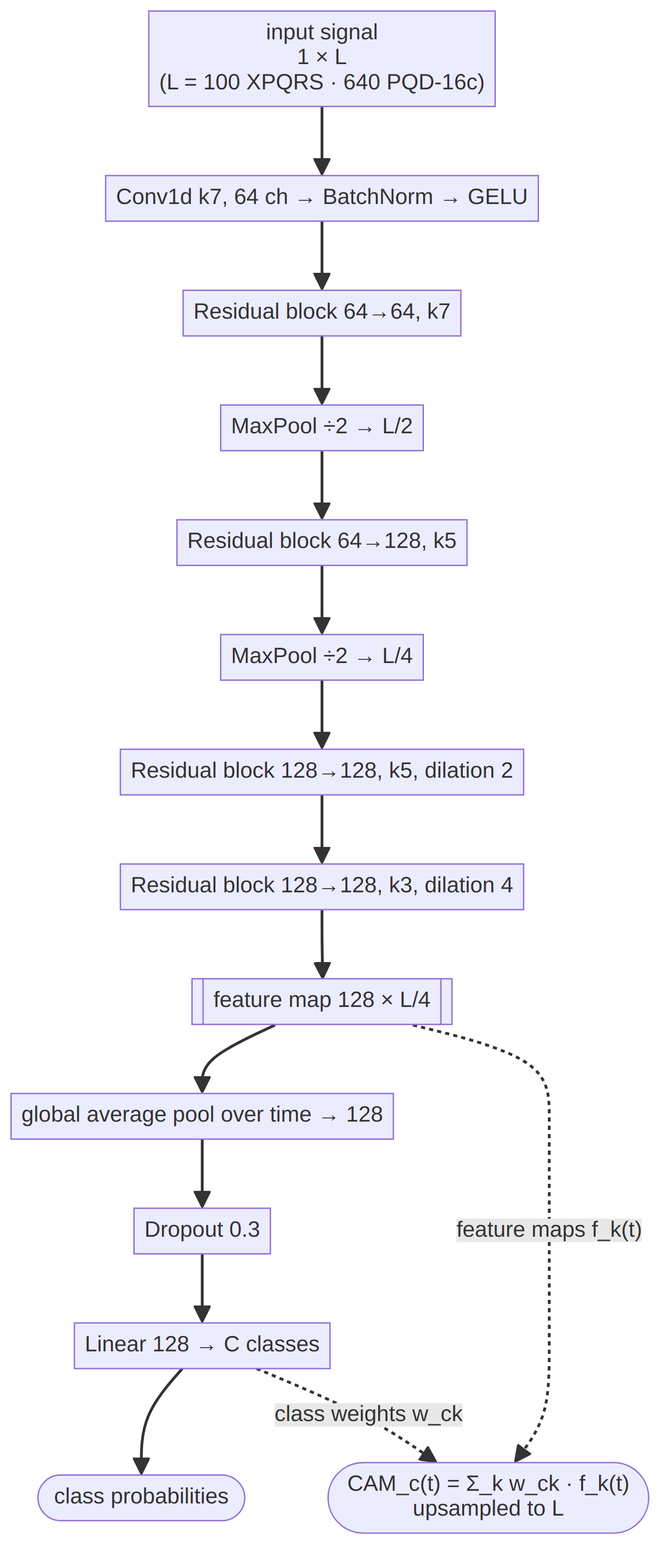
Above: docs/diagrams/resnet_cam.png in Chethan616/xai (Mermaid), before the change. Its source is kept beside it as docs/diagrams/resnet_cam.mmd.
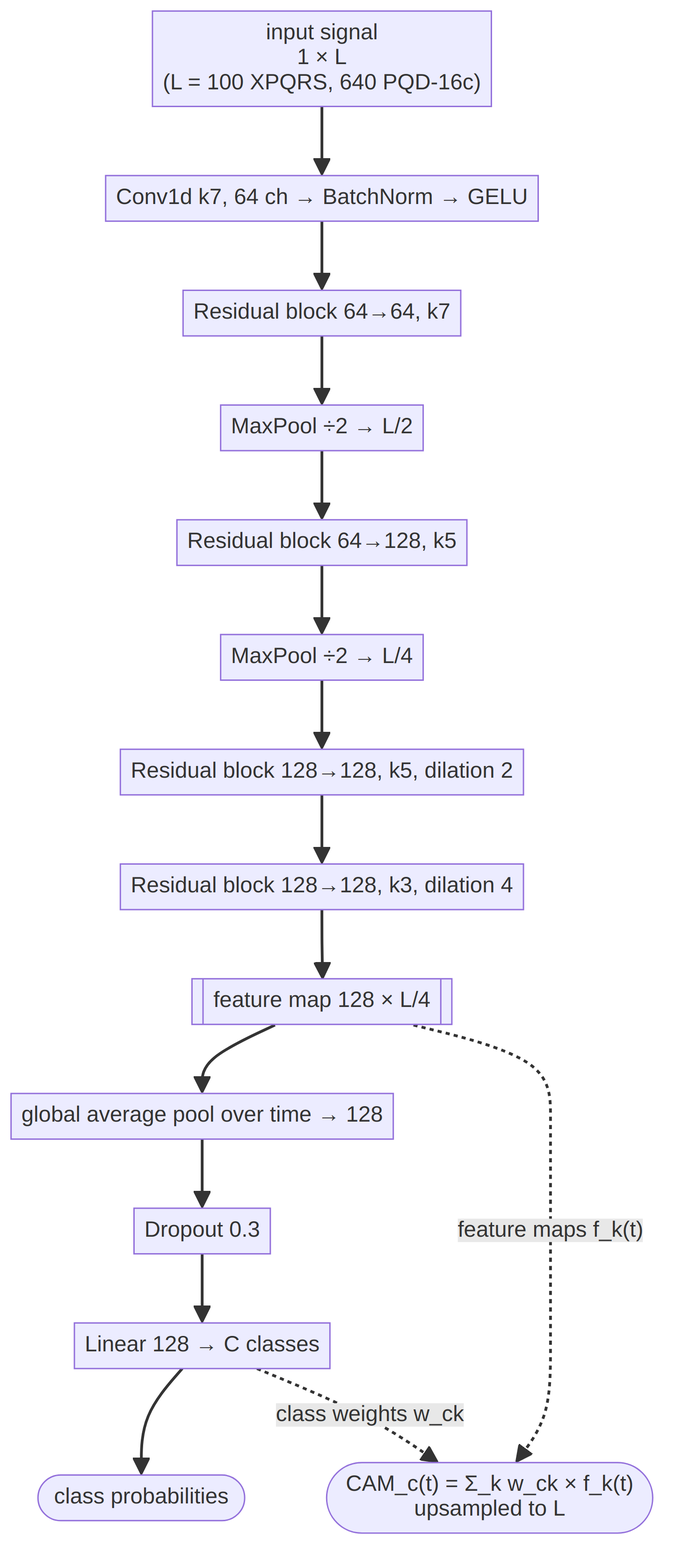
After the change.

Diff of the diagram source:
```diff
@@ -1,5 +1,5 @@
 flowchart TB
-    IN["input signal<br/>1 × L<br/>(L = 100 XPQRS · 640 PQD-16c)"]
+    IN["input signal<br/>1 × L<br/>(L = 100 XPQRS, 640 PQD-16c)"]
     S["Conv1d k7, 64 ch → BatchNorm → GELU"]
     R1["Residual block 64→64, k7"]
     P1["MaxPool ÷2  →  L/2"]
@@ -12,7 +12,7 @@
     DO["Dropout 0.3"]
     FC["Linear 128 → C classes"]
     OUT(["class probabilities"])
-    CAM(["CAM_c(t) = Σ_k w_ck · f_k(t)<br/>upsampled to L"])
+    CAM(["CAM_c(t) = Σ_k w_ck × f_k(t)<br/>upsampled to L"])
 
     IN --> S --> R1 --> P1 --> R2 --> P2 --> R3 --> R4 --> FM --> GAP --> DO --> FC --> OUT
     FM -. "feature maps f_k(t)" .-> CAM
```
